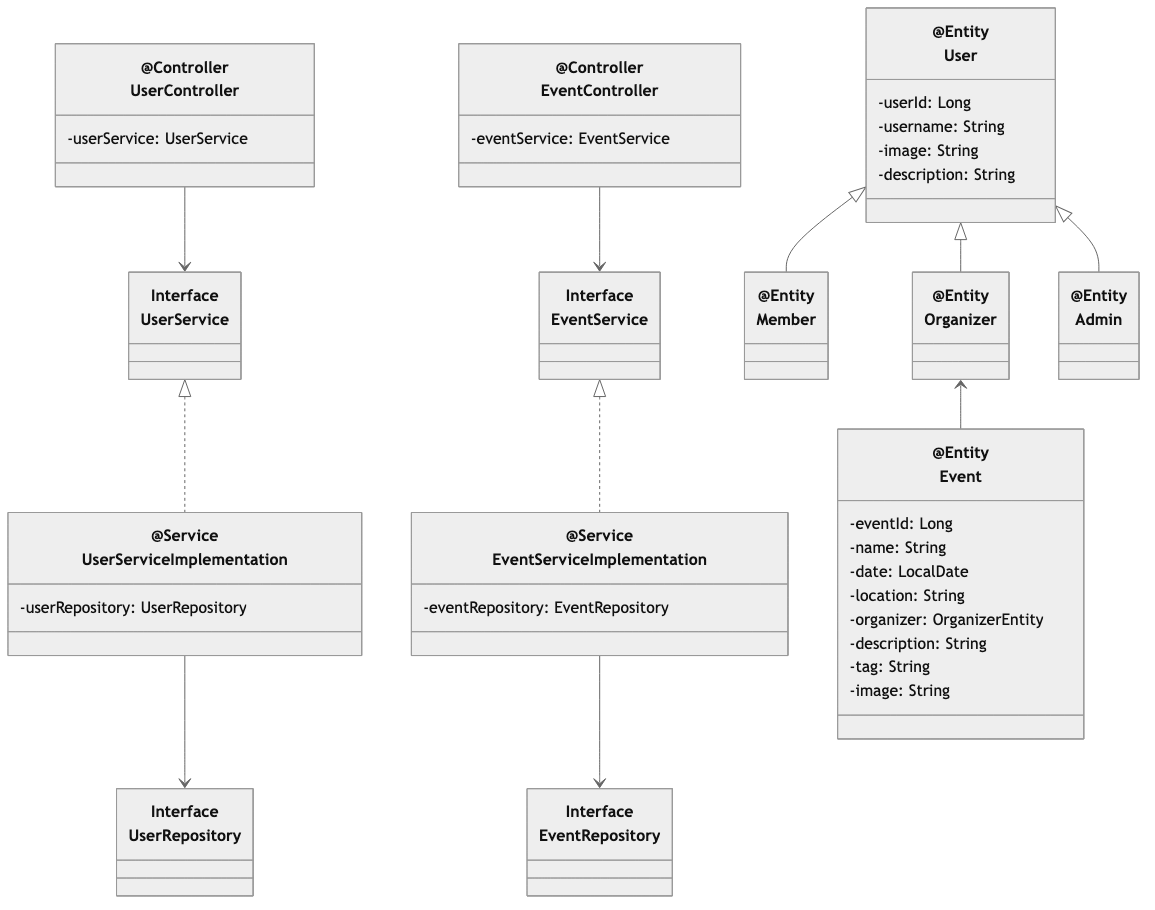
The Mermaid diagram docs/diagrams/class-dia/class-diagram.png in valurkristinn/skemmti, before a commit. Its source is kept beside it as docs/diagrams/class-dia/class-diagram.mmd. Source of this version:
```mermaid
%%{init: {'theme': 'neutral'} }%%
classDiagram
    class UserController["@Controller<br/>UserController"] {
        -userService: UserService
    }
    class EventController["@Controller<br/>EventController"] {
        -eventService: EventService
    }

    class UserService["Interface<br/>UserService"]
    class EventService["Interface<br/>EventService"]

    class UserServiceImplementation["@Service<br/>UserServiceImplementation"] {
        -userRepository: UserRepository
    }
    class EventServiceImplementation["@Service<br/>EventServiceImplementation"] {
        -eventRepository: EventRepository
    }

    class UserRepository["Interface<br/>UserRepository"]
    class EventRepository["Interface<br/>EventRepository"]

    class UserEntity["@Entity<br/>User"] {
        -userId: Long
        -username: String
        -image: String
        -description: String
    }
    class MemberEntity["@Entity<br/>Member"]
    class OrganizerEntity["@Entity<br/>Organizer"]
    class AdminEntity["@Entity<br/>Admin"]
    class EventEntity["@Entity<br/>Event"] {
        -eventId: Long
        -name: String
        -date: LocalDate
        -location: String
        -organizer: OrganizerEntity
        -description: String
        -tag: String
        -image: String
    }

    UserController --> UserService
    EventController --> EventService

    UserService <|.. UserServiceImplementation
    EventService <|.. EventServiceImplementation

    UserServiceImplementation --> UserRepository
    EventServiceImplementation --> EventRepository

    UserEntity <|-- MemberEntity
    UserEntity <|-- OrganizerEntity
    UserEntity <|-- AdminEntity

    OrganizerEntity <-- EventEntity
```
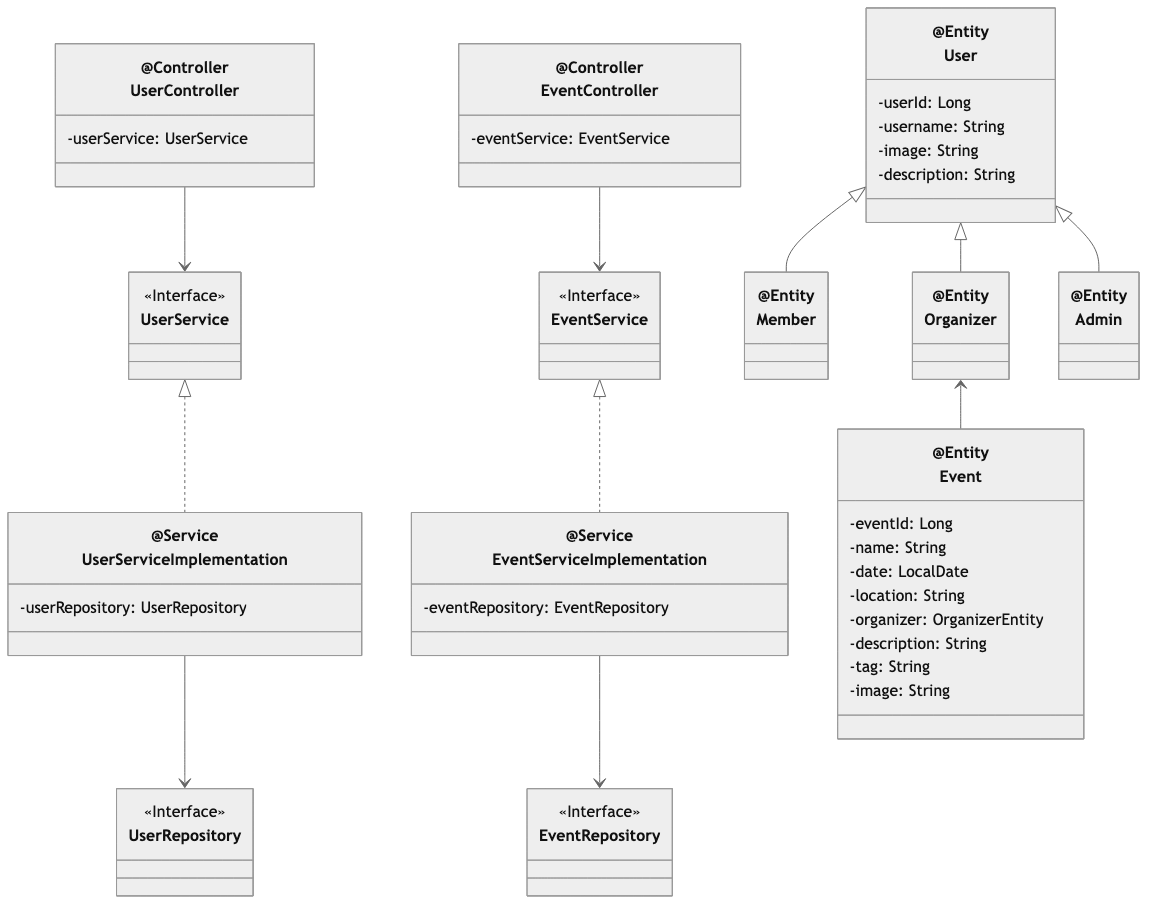
Later version of the same file.

Diff of the diagram source:
```diff
@@ -7,8 +7,13 @@
         -eventService: EventService
     }
 
-    class UserService["Interface<br/>UserService"]
-    class EventService["Interface<br/>EventService"]
+    class UserService {
+      <<Interface>>
+    }
+
+    class EventService {
+      <<Interface>>
+    }
 
     class UserServiceImplementation["@Service<br/>UserServiceImplementation"] {
         -userRepository: UserRepository
@@ -17,8 +22,13 @@
         -eventRepository: EventRepository
     }
 
-    class UserRepository["Interface<br/>UserRepository"]
-    class EventRepository["Interface<br/>EventRepository"]
+    class UserRepository {
+      <<Interface>>
+    }
+
+    class EventRepository {
+      <<Interface>>
+    }
 
     class UserEntity["@Entity<br/>User"] {
         -userId: Long
```
